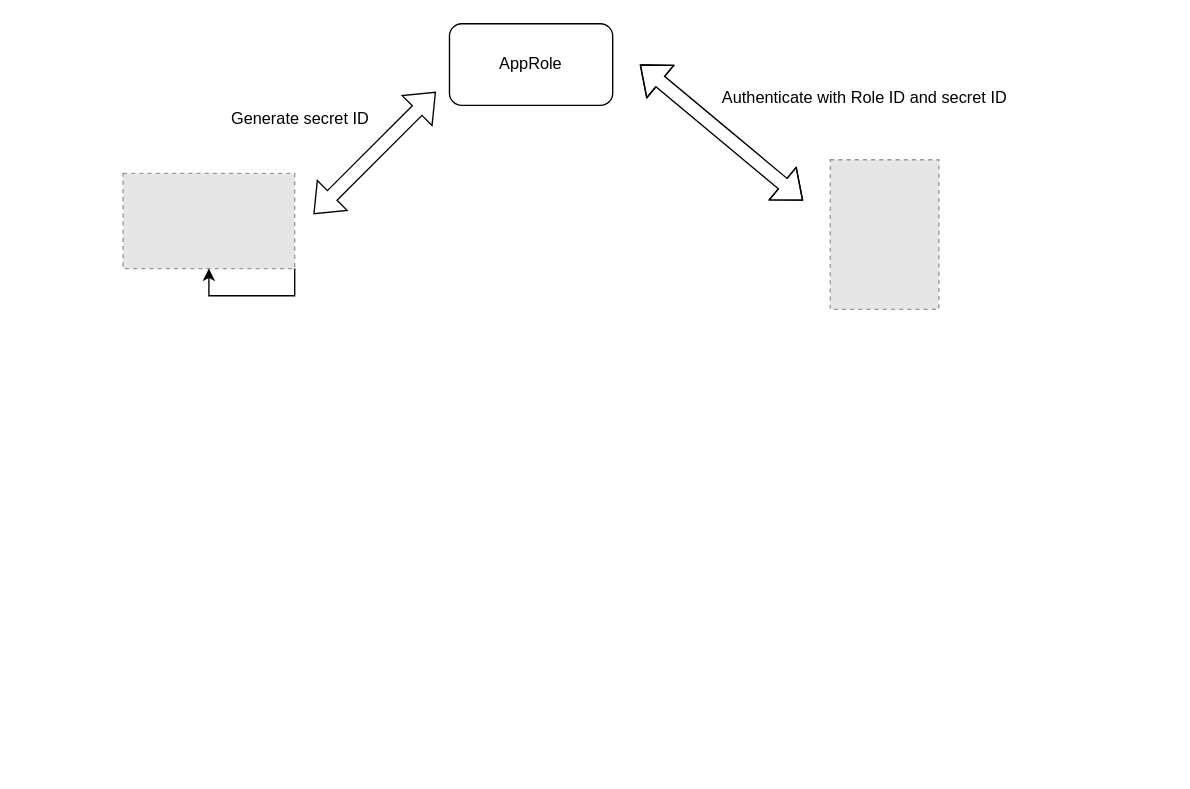
This is vault-flow.drawio from vips71098/hello-flutter, a draw.io file, before an edit. Source tidied: cells renumbered, new cells numbered last; positions are measured from the earlier drawing's top-left corner, leaving out a move shared by most shapes. Both pictures are drawn from the tidied source at 136%, with x=0, y=0 at pixel (122, 23). Pictures stored in the file or linked from it are replaced by grey dashed boxes.
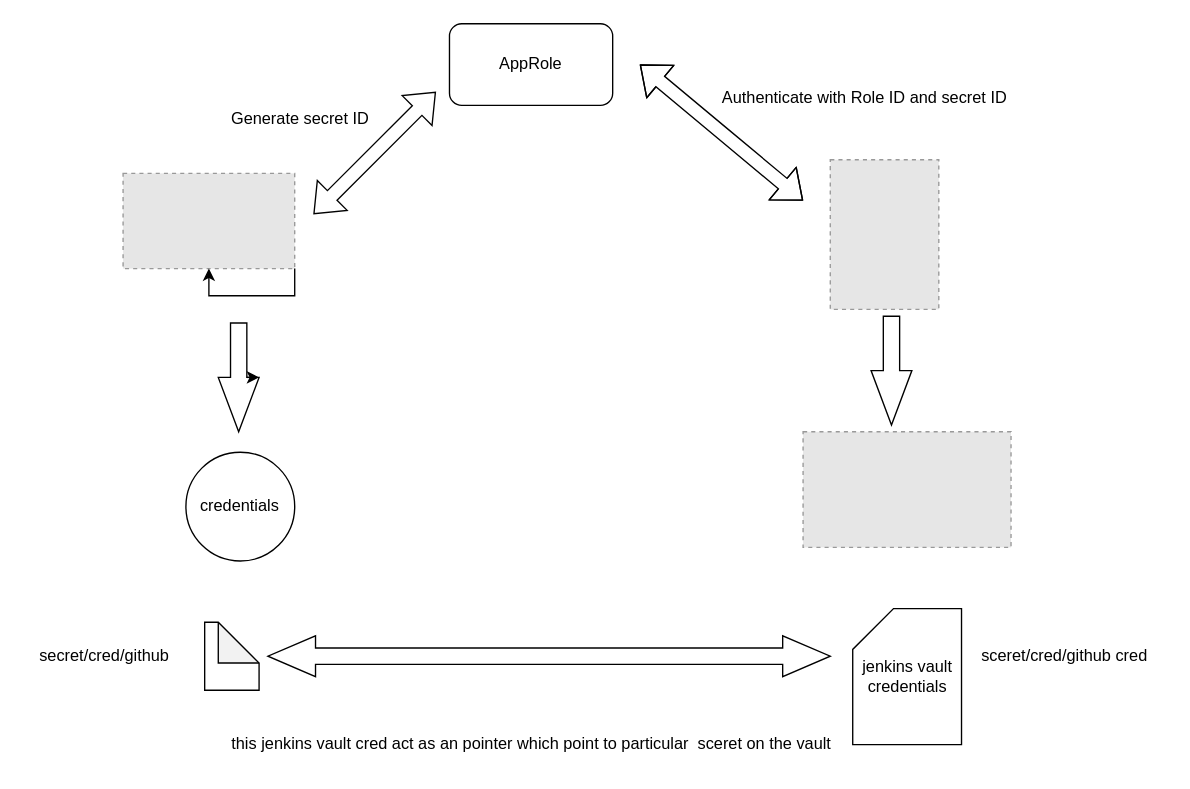
After the change.

The edit, as a diff of the source:
```diff
@@
+    <mxCell id="10" value="credentials" style="ellipse;whiteSpace=wrap;html=1;" parent="1" vertex="1">
+      <mxGeometry x="46.2" y="315" width="80" height="80" as="geometry" />
+    </mxCell>
+    <mxCell id="11" style="html=1;shadow=0;dashed=0;align=center;verticalAlign=middle;shape=mxgraph.arrows2.arrow;dy=0.6;dx=40;direction=south;notch=0;" parent="1" vertex="1">
+      <mxGeometry x="70" y="220" width="30" height="80" as="geometry" />
+    </mxCell>
+    <mxCell id="12" style="edgeStyle=orthogonalEdgeStyle;rounded=0;orthogonalLoop=1;jettySize=auto;html=1;exitX=0;exitY=0;exitDx=40;exitDy=9;exitPerimeter=0;entryX=0;entryY=0;entryDx=40;entryDy=0;entryPerimeter=0;" parent="1" edge="1" source="11" target="11">
+      <mxGeometry relative="1" as="geometry" />
+    </mxCell>
+    <mxCell id="13" style="fillColor=#E6E6E6;strokeColor=#999999;dashed=1;verticalLabelPosition=bottom;verticalAlign=top;" parent="1" vertex="1">
+      <mxGeometry x="500" y="300" width="152.9" height="85" as="geometry" />
+    </mxCell>
+    <mxCell id="14" style="html=1;shadow=0;dashed=0;align=center;verticalAlign=middle;shape=mxgraph.arrows2.arrow;dy=0.6;dx=40;direction=south;notch=0;" parent="1" vertex="1">
+      <mxGeometry x="550" y="215" width="30" height="80" as="geometry" />
+    </mxCell>
+    <mxCell id="15" value="jenkins vault credentials" style="shape=card;whiteSpace=wrap;html=1;" parent="1" vertex="1">
+      <mxGeometry x="536.5" y="430" width="80" height="100" as="geometry" />
+    </mxCell>
+    <mxCell id="16" style="shape=note;whiteSpace=wrap;html=1;backgroundOutline=1;darkOpacity=0.05;" parent="1" vertex="1">
+      <mxGeometry x="60" y="440" width="40" height="50" as="geometry" />
+    </mxCell>
+    <mxCell id="17" style="html=1;shadow=0;dashed=0;align=center;verticalAlign=middle;shape=mxgraph.arrows2.twoWayArrow;dy=0.6;dx=35;" parent="1" vertex="1">
+      <mxGeometry x="106.5" y="450" width="413.5" height="30" as="geometry" />
+    </mxCell>
+    <mxCell id="18" value="this jenkins vault cred act as an pointer which point to particular&amp;nbsp; sceret on the vault" style="text;html=1;align=center;verticalAlign=middle;strokeColor=none;fillColor=none;" parent="1" vertex="1">
+      <mxGeometry x="70" y="515" width="460" height="30" as="geometry" />
+    </mxCell>
+    <mxCell id="19" value="secret/cred/github" style="text;html=1;align=center;verticalAlign=middle;strokeColor=none;fillColor=none;" parent="1" vertex="1">
+      <mxGeometry x="-73.8" y="450" width="120" height="30" as="geometry" />
+    </mxCell>
+    <mxCell id="20" value="sceret/cred/github cred" style="text;html=1;align=center;verticalAlign=middle;strokeColor=none;fillColor=none;" parent="1" vertex="1">
+      <mxGeometry x="616.5" y="450" width="150" height="30" as="geometry" />
+    </mxCell>
```
